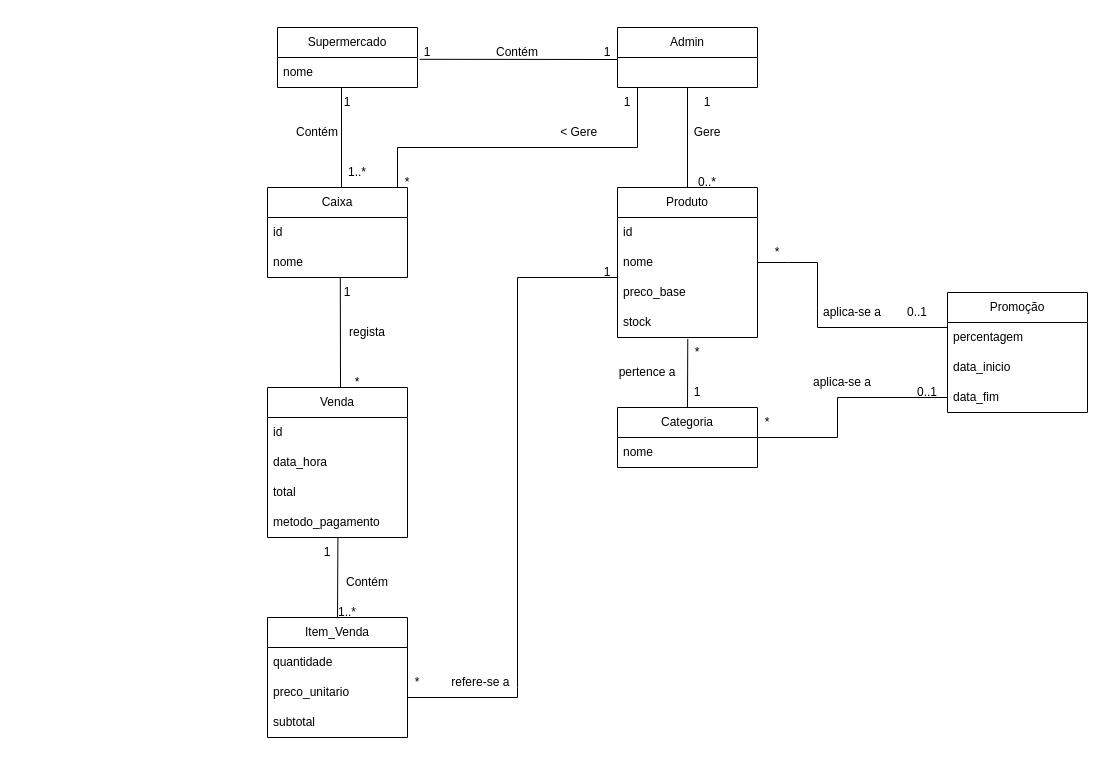
Above: Documentation/Iteration01/diagramas/domainMode.drawio in compaqle/fsoft2026_1DB_3 (draw.io), before the change. Source tidied: cells renumbered, new cells numbered last; positions are measured from the earlier drawing's top-left corner, leaving out a move shared by most shapes. Both pictures are drawn from the tidied source at 100%, with x=0, y=0 at pixel (267, 27).
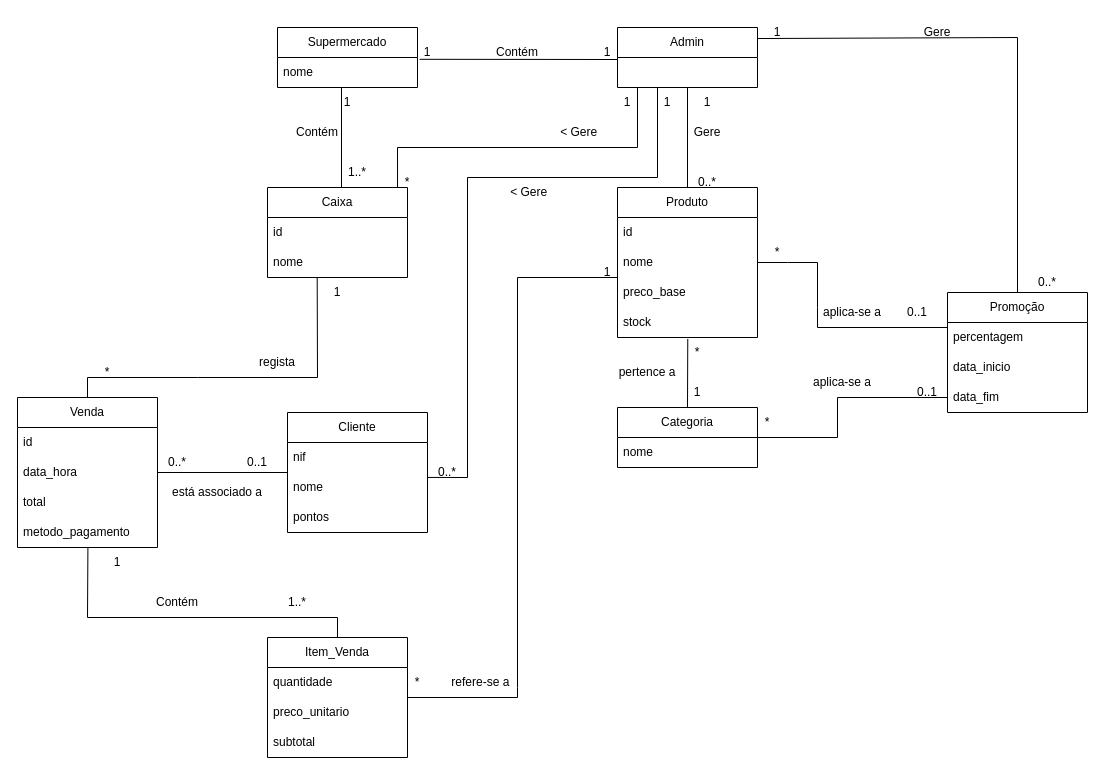
The same page after the edit.

The change refers to these unchanged cells:
```xml
<mxCell id="7" value="Admin" style="swimlane;fontStyle=0;horizontal=1;startSize=30;whiteSpace=wrap;html=1;" parent="1" vertex="1">
  <mxGeometry x="350" width="140" height="60" as="geometry" />
</mxCell>
<mxCell id="24" value="Promoção" style="swimlane;fontStyle=0;horizontal=1;startSize=30;whiteSpace=wrap;html=1;" parent="1" vertex="1">
  <mxGeometry x="680" y="265" width="140" height="120" as="geometry" />
</mxCell>
<mxCell id="42" value="nome" style="text;strokeColor=none;fillColor=none;align=left;verticalAlign=middle;spacingLeft=4;spacingRight=4;overflow=hidden;points=[[0,0.5],[1,0.5]];portConstraint=eastwest;whiteSpace=wrap;html=1;" parent="40" vertex="1">
  <mxGeometry y="60" width="140" height="30" as="geometry" />
</mxCell>
<mxCell id="48" value="1" style="text;html=1;whiteSpace=wrap;strokeColor=none;fillColor=none;align=center;verticalAlign=middle;rounded=0;" parent="1" vertex="1">
  <mxGeometry x="330" y="60" width="60" height="30" as="geometry" />
</mxCell>
<mxCell id="56" value="data_hora" style="text;strokeColor=none;fillColor=none;align=left;verticalAlign=middle;spacingLeft=4;spacingRight=4;overflow=hidden;points=[[0,0.5],[1,0.5]];portConstraint=eastwest;whiteSpace=wrap;html=1;" parent="54" vertex="1">
  <mxGeometry y="60" width="140" height="30" as="geometry" />
</mxCell>
<mxCell id="58" value="metodo_pagamento" style="text;strokeColor=none;fillColor=none;align=left;verticalAlign=middle;spacingLeft=4;spacingRight=4;overflow=hidden;points=[[0,0.5],[1,0.5]];portConstraint=eastwest;whiteSpace=wrap;html=1;" parent="54" vertex="1">
  <mxGeometry y="120" width="140" height="30" as="geometry" />
</mxCell>
```

Diff of the diagram source:
```diff
@@
-    <mxCell id="51" style="endArrow=none;html=1;rounded=0;exitX=0.52;exitY=0.985;exitDx=0;exitDy=0;exitPerimeter=0;" parent="1" edge="1" source="42">
+    <mxCell id="51" style="endArrow=none;html=1;rounded=0;exitX=0.52;exitY=0.985;exitDx=0;exitDy=0;exitPerimeter=0;" parent="1" edge="1">
       <mxGeometry relative="1" as="geometry">
-        <mxPoint x="73" y="360" as="targetPoint" />
+        <mxPoint x="49.7" y="249.5" as="sourcePoint" />
+        <mxPoint x="50" y="350" as="targetPoint" />
       </mxGeometry>
     </mxCell>
     <mxCell id="52" value="1" style="text;html=1;whiteSpace=wrap;strokeColor=none;fillColor=none;align=center;verticalAlign=middle;rounded=0;" parent="1" vertex="1">
-      <mxGeometry x="50" y="250" width="60" height="30" as="geometry" />
+      <mxGeometry x="40" y="250" width="60" height="30" as="geometry" />
     </mxCell>
     <mxCell id="53" value="*" style="text;html=1;whiteSpace=wrap;strokeColor=none;fillColor=none;align=center;verticalAlign=middle;rounded=0;" parent="1" vertex="1">
-      <mxGeometry x="60" y="340" width="60" height="30" as="geometry" />
+      <mxGeometry x="-190" y="330" width="60" height="30" as="geometry" />
     </mxCell>
     <mxCell id="54" value="Venda" style="swimlane;fontStyle=0;horizontal=1;startSize=30;whiteSpace=wrap;html=1;" parent="1" vertex="1">
-      <mxGeometry y="360" width="140" height="150" as="geometry" />
+      <mxGeometry x="-250" y="370" width="140" height="150" as="geometry" />
     </mxCell>
@@
     <mxCell id="59" value="regista" style="text;html=1;whiteSpace=wrap;strokeColor=none;fillColor=none;align=center;verticalAlign=middle;rounded=0;" parent="1" vertex="1">
-      <mxGeometry x="70" y="290" width="60" height="30" as="geometry" />
+      <mxGeometry x="-20" y="320" width="60" height="30" as="geometry" />
     </mxCell>
     <mxCell id="60" style="endArrow=none;html=1;rounded=0;exitX=0.503;exitY=0.988;exitDx=0;exitDy=0;exitPerimeter=0;" parent="1" edge="1" source="58">
       <mxGeometry relative="1" as="geometry">
         <mxPoint x="70" y="590" as="targetPoint" />
+        <Array as="points">
+          <mxPoint x="-180" y="590" />
+        </Array>
       </mxGeometry>
     </mxCell>
     <mxCell id="61" value="Item_Venda" style="swimlane;fontStyle=0;horizontal=1;startSize=30;whiteSpace=wrap;html=1;" parent="1" vertex="1">
-      <mxGeometry y="590" width="140" height="120" as="geometry" />
+      <mxGeometry y="610" width="140" height="120" as="geometry" />
     </mxCell>
@@
     <mxCell id="65" value="1" style="text;html=1;whiteSpace=wrap;strokeColor=none;fillColor=none;align=center;verticalAlign=middle;rounded=0;" parent="1" vertex="1">
-      <mxGeometry x="30" y="510" width="60" height="30" as="geometry" />
+      <mxGeometry x="-180" y="520" width="60" height="30" as="geometry" />
     </mxCell>
     <mxCell id="66" value="1..*" style="text;html=1;whiteSpace=wrap;strokeColor=none;fillColor=none;align=center;verticalAlign=middle;rounded=0;" parent="1" vertex="1">
-      <mxGeometry x="50" y="570" width="60" height="30" as="geometry" />
+      <mxGeometry y="560" width="60" height="30" as="geometry" />
     </mxCell>
     <mxCell id="67" value="Contém" style="text;html=1;whiteSpace=wrap;strokeColor=none;fillColor=none;align=center;verticalAlign=middle;rounded=0;" parent="1" vertex="1">
-      <mxGeometry x="70" y="540" width="60" height="30" as="geometry" />
+      <mxGeometry x="-120" y="560" width="60" height="30" as="geometry" />
     </mxCell>
@@
+    <mxCell id="75" style="endArrow=none;html=1;rounded=0;exitX=0.5;exitY=0;exitDx=0;exitDy=0;" parent="1" edge="1" source="61">
+      <mxGeometry relative="1" as="geometry">
+        <mxPoint x="70" y="590" as="targetPoint" />
+      </mxGeometry>
+    </mxCell>
+    <mxCell id="76" style="endArrow=none;html=1;rounded=0;" parent="1" edge="1">
+      <mxGeometry relative="1" as="geometry">
+        <mxPoint x="-70" y="350" as="sourcePoint" />
+        <mxPoint x="50" y="350" as="targetPoint" />
+      </mxGeometry>
+    </mxCell>
+    <mxCell id="77" style="endArrow=none;html=1;rounded=0;" parent="1" edge="1">
+      <mxGeometry relative="1" as="geometry">
+        <mxPoint x="-70" y="350" as="sourcePoint" />
+        <mxPoint x="-180" y="350" as="targetPoint" />
+      </mxGeometry>
+    </mxCell>
+    <mxCell id="78" style="endArrow=none;html=1;rounded=0;exitX=0.5;exitY=0;exitDx=0;exitDy=0;" parent="1" edge="1" source="54">
+      <mxGeometry relative="1" as="geometry">
+        <mxPoint x="-180" y="350" as="targetPoint" />
+      </mxGeometry>
+    </mxCell>
+    <mxCell id="79" style="endArrow=none;html=1;rounded=0;exitX=1;exitY=0.5;exitDx=0;exitDy=0;" parent="1" edge="1" source="56" target="80">
+      <mxGeometry relative="1" as="geometry" />
+    </mxCell>
+    <mxCell id="80" value="Cliente" style="swimlane;fontStyle=0;horizontal=1;startSize=30;whiteSpace=wrap;html=1;" parent="1" vertex="1">
+      <mxGeometry x="20" y="385" width="140" height="120" as="geometry" />
+    </mxCell>
+    <mxCell id="81" value="nif" style="text;strokeColor=none;fillColor=none;align=left;verticalAlign=middle;spacingLeft=4;spacingRight=4;overflow=hidden;whiteSpace=wrap;html=1;" parent="80" vertex="1">
+      <mxGeometry y="30" width="140" height="30" as="geometry" />
+    </mxCell>
+    <mxCell id="82" value="nome" style="text;strokeColor=none;fillColor=none;align=left;verticalAlign=middle;spacingLeft=4;spacingRight=4;overflow=hidden;points=[[0,0.5],[1,0.5]];portConstraint=eastwest;whiteSpace=wrap;html=1;" parent="80" vertex="1">
+      <mxGeometry y="60" width="140" height="30" as="geometry" />
+    </mxCell>
+    <mxCell id="83" value="pontos" style="text;strokeColor=none;fillColor=none;align=left;verticalAlign=middle;spacingLeft=4;spacingRight=4;overflow=hidden;whiteSpace=wrap;html=1;" parent="80" vertex="1">
+      <mxGeometry y="90" width="140" height="30" as="geometry" />
+    </mxCell>
+    <mxCell id="84" style="endArrow=none;html=1;rounded=0;exitX=0.998;exitY=0.165;exitDx=0;exitDy=0;exitPerimeter=0;" parent="1" edge="1" source="82">
+      <mxGeometry relative="1" as="geometry">
+        <mxPoint x="200" y="450" as="targetPoint" />
+      </mxGeometry>
+    </mxCell>
+    <mxCell id="85" value="0..*" style="text;html=1;whiteSpace=wrap;strokeColor=none;fillColor=none;align=center;verticalAlign=middle;rounded=0;" parent="1" vertex="1">
+      <mxGeometry x="-120" y="420" width="60" height="30" as="geometry" />
+    </mxCell>
+    <mxCell id="86" value="0..1" style="text;html=1;whiteSpace=wrap;strokeColor=none;fillColor=none;align=center;verticalAlign=middle;rounded=0;" parent="1" vertex="1">
+      <mxGeometry x="-40" y="420" width="60" height="30" as="geometry" />
+    </mxCell>
+    <mxCell id="87" value="está associado a" style="text;html=1;whiteSpace=wrap;strokeColor=none;fillColor=none;align=center;verticalAlign=middle;rounded=0;" parent="1" vertex="1">
+      <mxGeometry x="-100" y="450" width="100" height="30" as="geometry" />
+    </mxCell>
+    <mxCell id="88" style="endArrow=none;html=1;rounded=0;" parent="1" edge="1">
+      <mxGeometry relative="1" as="geometry">
+        <mxPoint x="200" y="450" as="sourcePoint" />
+        <mxPoint x="200" y="150" as="targetPoint" />
+      </mxGeometry>
+    </mxCell>
+    <mxCell id="89" style="endArrow=none;html=1;rounded=0;" parent="1" edge="1">
+      <mxGeometry relative="1" as="geometry">
+        <mxPoint x="200" y="150" as="sourcePoint" />
+        <mxPoint x="390" y="150" as="targetPoint" />
+      </mxGeometry>
+    </mxCell>
+    <mxCell id="90" style="endArrow=none;html=1;rounded=0;exitX=1;exitY=0;exitDx=0;exitDy=0;" parent="1" edge="1" source="48">
+      <mxGeometry relative="1" as="geometry">
+        <mxPoint x="390" y="150" as="targetPoint" />
+      </mxGeometry>
+    </mxCell>
+    <mxCell id="91" value="1" style="text;html=1;whiteSpace=wrap;strokeColor=none;fillColor=none;align=center;verticalAlign=middle;rounded=0;" parent="1" vertex="1">
+      <mxGeometry x="370" y="60" width="60" height="30" as="geometry" />
+    </mxCell>
+    <mxCell id="92" value="0..*" style="text;html=1;whiteSpace=wrap;strokeColor=none;fillColor=none;align=center;verticalAlign=middle;rounded=0;" parent="1" vertex="1">
+      <mxGeometry x="150" y="430" width="60" height="30" as="geometry" />
+    </mxCell>
+    <mxCell id="93" value="&amp;nbsp;&amp;lt; Gere" style="text;html=1;whiteSpace=wrap;strokeColor=none;fillColor=none;align=center;verticalAlign=middle;rounded=0;" parent="1" vertex="1">
+      <mxGeometry x="230" y="150" width="60" height="30" as="geometry" />
+    </mxCell>
+    <mxCell id="94" style="endArrow=none;html=1;rounded=0;entryX=0.5;entryY=0;entryDx=0;entryDy=0;" parent="1" edge="1" target="24">
+      <mxGeometry relative="1" as="geometry">
+        <mxPoint x="750" y="10" as="sourcePoint" />
+      </mxGeometry>
+    </mxCell>
+    <mxCell id="95" style="endArrow=none;html=1;rounded=0;exitX=0.999;exitY=0.184;exitDx=0;exitDy=0;exitPerimeter=0;" parent="1" edge="1" source="7">
+      <mxGeometry relative="1" as="geometry">
+        <mxPoint x="750" y="10" as="targetPoint" />
+      </mxGeometry>
+    </mxCell>
+    <mxCell id="96" value="Gere" style="text;html=1;whiteSpace=wrap;strokeColor=none;fillColor=none;align=center;verticalAlign=middle;rounded=0;" parent="1" vertex="1">
+      <mxGeometry x="640" y="-10" width="60" height="30" as="geometry" />
+    </mxCell>
+    <mxCell id="97" value="1" style="text;html=1;whiteSpace=wrap;strokeColor=none;fillColor=none;align=center;verticalAlign=middle;rounded=0;" parent="1" vertex="1">
+      <mxGeometry x="480" y="-10" width="60" height="30" as="geometry" />
+    </mxCell>
+    <mxCell id="98" value="0..*" style="text;html=1;whiteSpace=wrap;strokeColor=none;fillColor=none;align=center;verticalAlign=middle;rounded=0;" parent="1" vertex="1">
+      <mxGeometry x="750" y="240" width="60" height="30" as="geometry" />
+    </mxCell>
```
